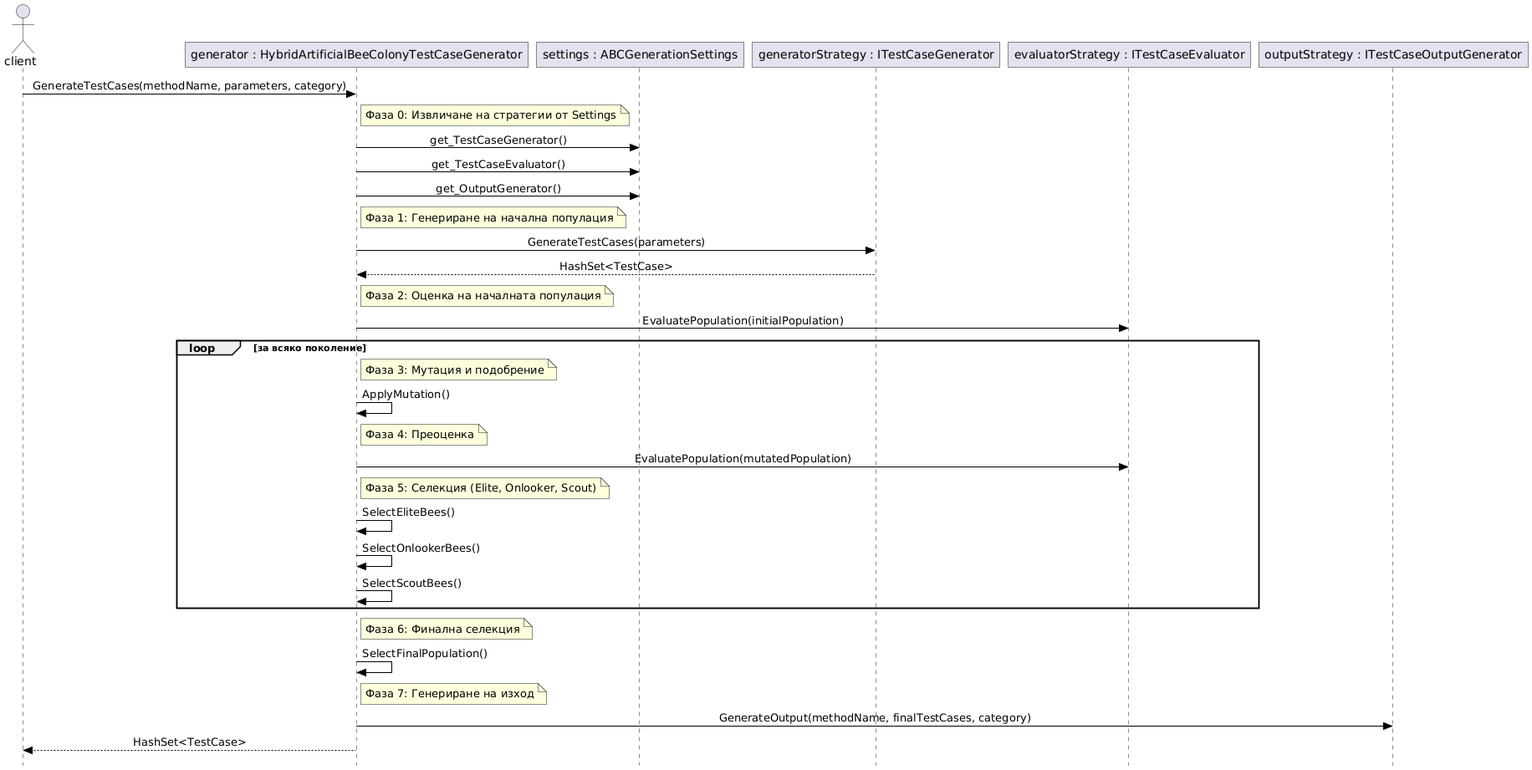
Earlier version of the PlantUML export DiagramsBG/3. Sequence Diagrams/sequence_diagram1.png (AutomateThePlanet/Testimize). The source it was exported from:
```plantuml
@startuml
skinparam style strictuml
skinparam roundcorner 0
skinparam ArrowColor Black
skinparam ArrowFontColor Black
skinparam sequenceMessageAlignment center

actor client
participant generator as "generator : HybridArtificialBeeColonyTestCaseGenerator"
participant settings as "settings : ABCGenerationSettings"
participant generatorStrategy as "generatorStrategy : ITestCaseGenerator"
participant evaluatorStrategy as "evaluatorStrategy : ITestCaseEvaluator"
participant outputStrategy as "outputStrategy : ITestCaseOutputGenerator"

client -> generator : GenerateTestCases(methodName, parameters, category)

note right of generator
Фаза 0: Извличане на стратегии от Settings
end note

generator -> settings : get_TestCaseGenerator()
generator -> settings : get_TestCaseEvaluator()
generator -> settings : get_OutputGenerator()

note right of generator
Фаза 1: Генериране на начална популация
end note

generator -> generatorStrategy : GenerateTestCases(parameters)
generatorStrategy --> generator : HashSet<TestCase>

note right of generator
Фаза 2: Оценка на началната популация
end note

generator -> evaluatorStrategy : EvaluatePopulation(initialPopulation)

loop за всяко поколение

    note right of generator
    Фаза 3: Мутация и подобрение
    end note

    generator -> generator : ApplyMutation()

    note right of generator
    Фаза 4: Преоценка
    end note

    generator -> evaluatorStrategy : EvaluatePopulation(mutatedPopulation)

    note right of generator
    Фаза 5: Селекция (Elite, Onlooker, Scout)
    end note

    generator -> generator : SelectEliteBees()
    generator -> generator : SelectOnlookerBees()
    generator -> generator : SelectScoutBees()

end

note right of generator
Фаза 6: Финална селекция
end note

generator -> generator : SelectFinalPopulation()

note right of generator
Фаза 7: Генериране на изход
end note

generator -> outputStrategy : GenerateOutput(methodName, finalTestCases, category)

generator --> client : HashSet<TestCase>
@enduml
```
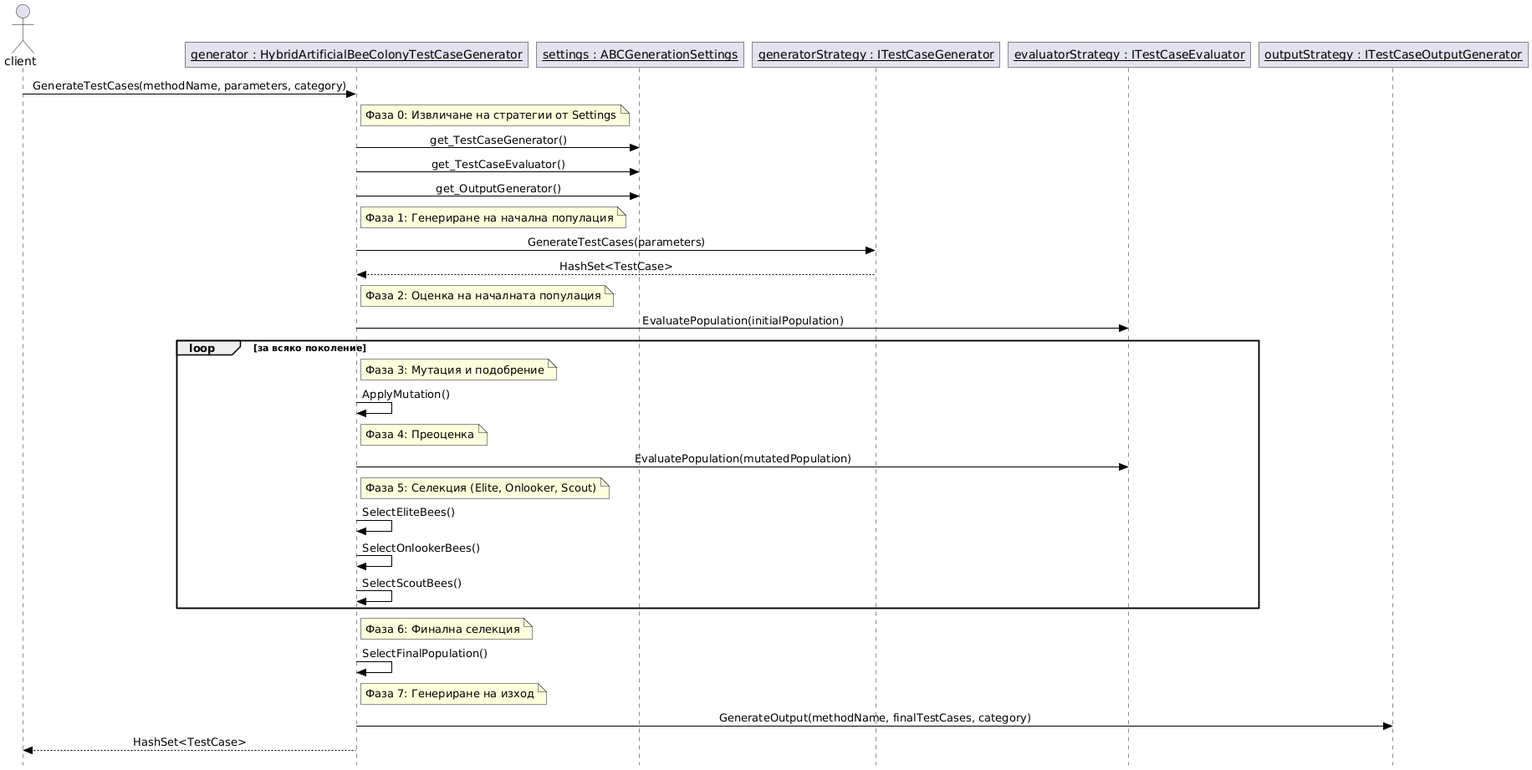
Later version of the same file.

Change to the diagram source:
```diff
@@ -1,4 +1,6 @@
 @startuml
+
+
 skinparam style strictuml
 skinparam roundcorner 0
 skinparam ArrowColor Black
@@ -6,11 +8,11 @@
 skinparam sequenceMessageAlignment center
 
 actor client
-participant generator as "generator : HybridArtificialBeeColonyTestCaseGenerator"
-participant settings as "settings : ABCGenerationSettings"
-participant generatorStrategy as "generatorStrategy : ITestCaseGenerator"
-participant evaluatorStrategy as "evaluatorStrategy : ITestCaseEvaluator"
-participant outputStrategy as "outputStrategy : ITestCaseOutputGenerator"
+participant generator as "<u>generator : HybridArtificialBeeColonyTestCaseGenerator</u>"
+participant settings as "<u>settings : ABCGenerationSettings</u>"
+participant generatorStrategy as "<u>generatorStrategy : ITestCaseGenerator</u>"
+participant evaluatorStrategy as "<u>evaluatorStrategy : ITestCaseEvaluator</u>"
+participant outputStrategy as "<u>outputStrategy : ITestCaseOutputGenerator</u>"
 
 client -> generator : GenerateTestCases(methodName, parameters, category)
 
```
